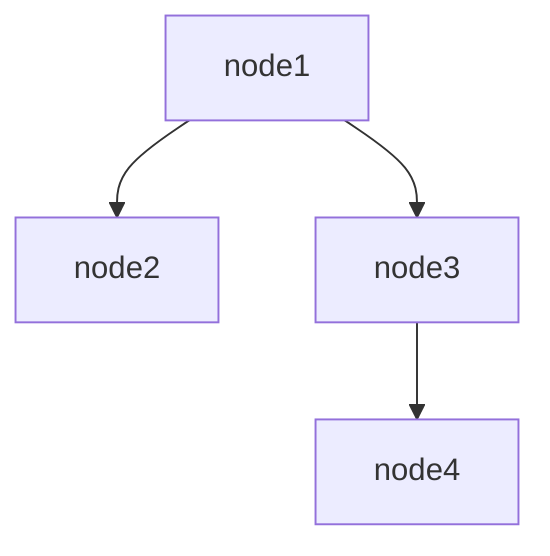
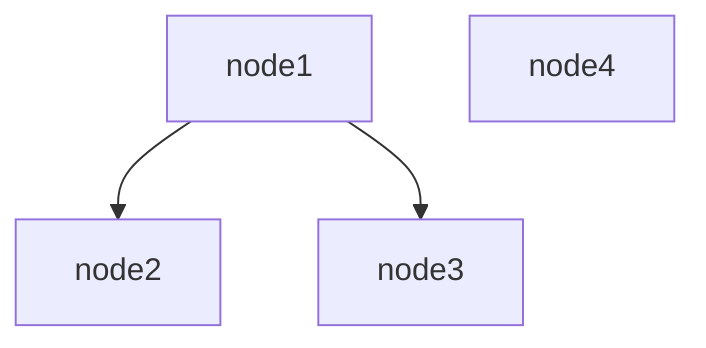
﻿flowchart TD
    node1 --> node2
    node1 --> node3
-     node3 --> node4
+     node4
